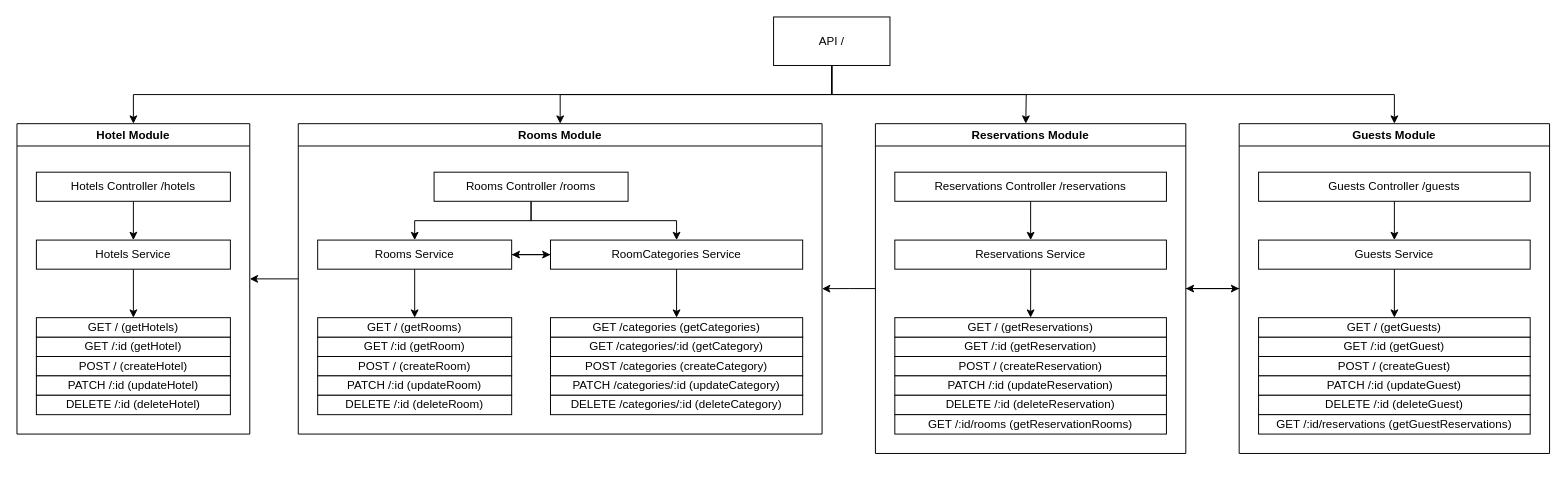
Before: structure.drawio in betschki/hotel-api, a draw.io diagram. Source tidied: cells renumbered, new cells numbered last; positions are measured from the earlier drawing's top-left corner, leaving out a move shared by most shapes. Both pictures are drawn from the tidied source at 97%, with x=0, y=0 at pixel (16, 16).
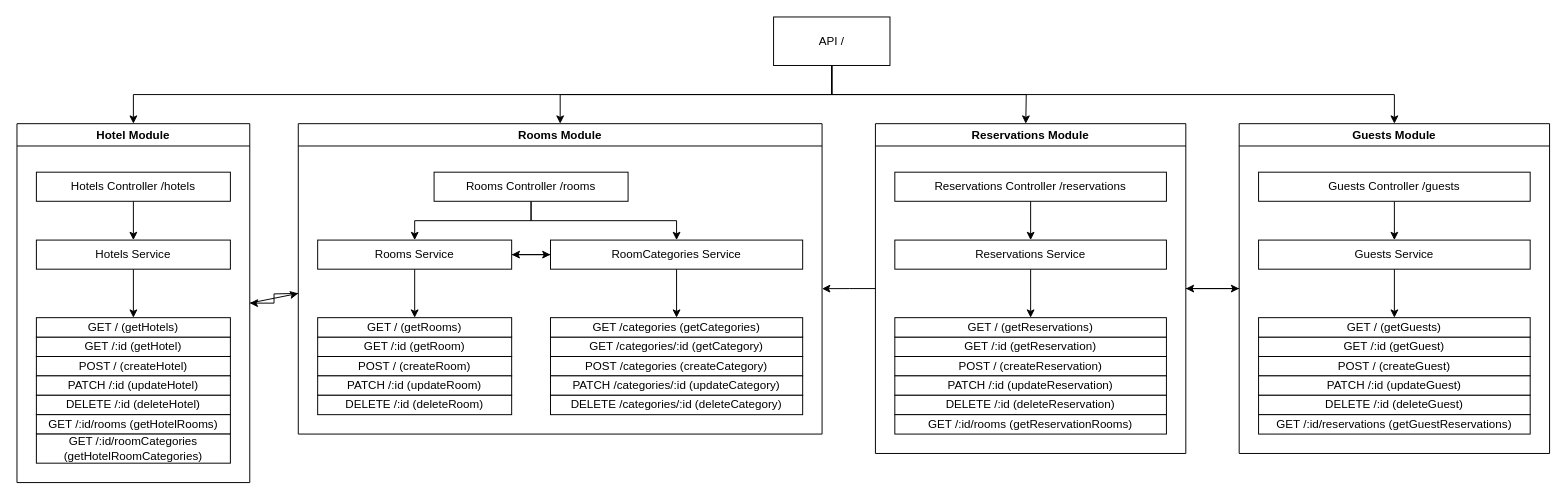
After the change.

Unchanged cells that the change refers to:
```xml
<mxCell id="61" value="Rooms Module" style="swimlane;rounded=0;" parent="1" vertex="1">
  <mxGeometry x="290" y="110" width="540" height="320" as="geometry" />
</mxCell>
```

What changed in the source:
```diff
@@
+    <mxCell id="68" style="edgeStyle=none;html=1;exitX=1;exitY=0.5;exitDx=0;exitDy=0;" parent="1" edge="1" source="59">
+      <mxGeometry relative="1" as="geometry">
+        <mxPoint x="290" y="285" as="targetPoint" />
+      </mxGeometry>
+    </mxCell>
     <mxCell id="59" value="Hotel Module" style="swimlane;rounded=0;" parent="1" vertex="1">
-      <mxGeometry y="110" width="240" height="320" as="geometry" />
+      <mxGeometry y="110" width="240" height="370" as="geometry" />
     </mxCell>
+    <mxCell id="69" value="GET /:id/rooms (getHotelRooms)" style="rounded=0;whiteSpace=wrap;html=1;" parent="59" vertex="1">
+      <mxGeometry x="20" y="300" width="200" height="20" as="geometry" />
+    </mxCell>
+    <mxCell id="70" value="GET /:id/roomCategories (getHotelRoomCategories)" style="rounded=0;whiteSpace=wrap;html=1;" parent="59" vertex="1">
+      <mxGeometry x="20" y="320" width="200" height="30" as="geometry" />
+    </mxCell>
-    <mxCell id="60" style="edgeStyle=orthogonalEdgeStyle;rounded=0;jettySize=auto;html=1;exitX=0;exitY=0.5;exitDx=0;exitDy=0;entryX=1;entryY=0.5;entryDx=0;entryDy=0;" parent="1" edge="1" source="61" target="59">
-      <mxGeometry relative="1" as="geometry" />
+    <mxCell id="60" style="edgeStyle=orthogonalEdgeStyle;rounded=0;jettySize=auto;html=1;entryX=1;entryY=0.5;entryDx=0;entryDy=0;" parent="1" edge="1" target="59">
+      <mxGeometry relative="1" as="geometry">
+        <mxPoint x="290" y="285" as="sourcePoint" />
+      </mxGeometry>
     </mxCell>
```
